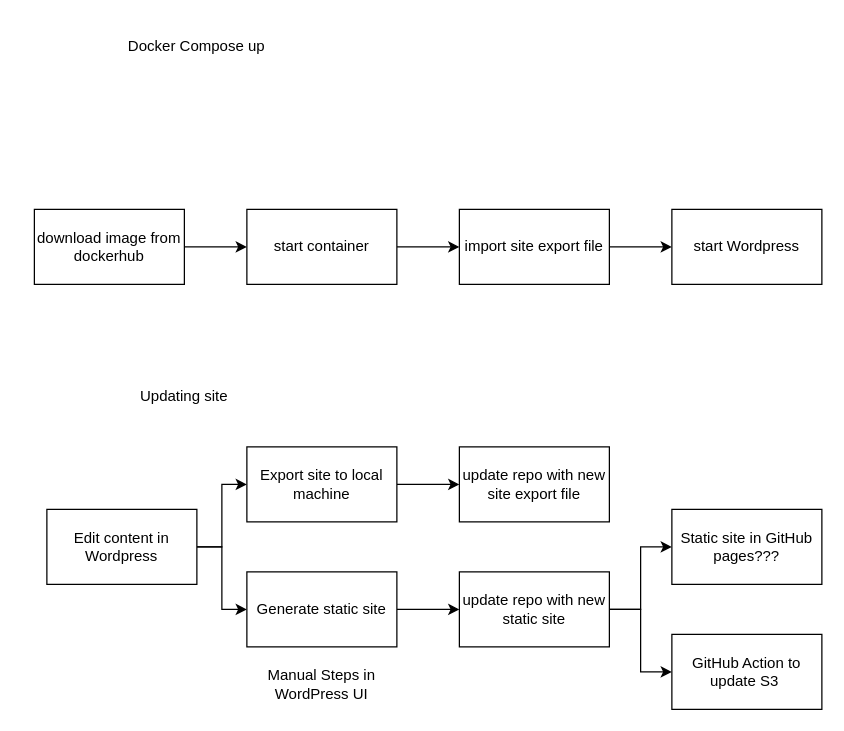
Earlier version of the draw.io diagram page "Page-2" (2 of 2) of docs/riskprofiler-cms.drawio (OpenDRR/riskprofiler). Source tidied: cells renumbered, new cells numbered last; positions are measured from the earlier drawing's top-left corner, leaving out a move shared by most shapes. Both pictures are drawn from the tidied source at 125%, with x=0, y=0 at pixel (21, 21).
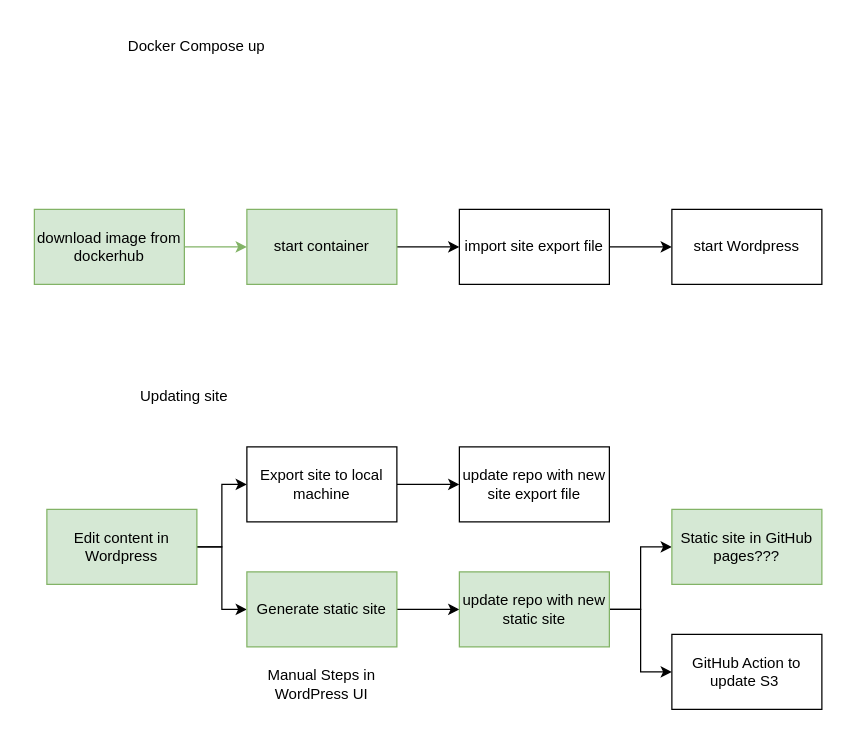
After the change.

Change to the diagram source:
```diff
@@
-    <mxCell id="3" style="edgeStyle=orthogonalEdgeStyle;rounded=0;jettySize=auto;html=1;exitX=1;exitY=0.5;exitDx=0;exitDy=0;entryX=0;entryY=0.5;entryDx=0;entryDy=0;" parent="1" edge="1" source="4" target="6">
+    <mxCell id="3" style="edgeStyle=orthogonalEdgeStyle;rounded=0;jettySize=auto;html=1;exitX=1;exitY=0.5;exitDx=0;exitDy=0;entryX=0;entryY=0.5;entryDx=0;entryDy=0;fillColor=#d5e8d4;strokeColor=#82b366;" parent="1" edge="1" source="4" target="6">
       <mxGeometry relative="1" as="geometry" />
     </mxCell>
-    <mxCell id="4" value="download image from dockerhub" style="rounded=0;whiteSpace=wrap;html=1;" parent="1" vertex="1">
+    <mxCell id="4" value="download image from dockerhub" style="rounded=0;whiteSpace=wrap;html=1;fillColor=#d5e8d4;strokeColor=#82b366;" parent="1" vertex="1">
       <mxGeometry x="10" y="150" width="120" height="60" as="geometry" />
     </mxCell>
@@
-    <mxCell id="6" value="start container" style="rounded=0;whiteSpace=wrap;html=1;" parent="1" vertex="1">
+    <mxCell id="6" value="start container" style="rounded=0;whiteSpace=wrap;html=1;fillColor=#d5e8d4;strokeColor=#82b366;" parent="1" vertex="1">
       <mxGeometry x="180" y="150" width="120" height="60" as="geometry" />
     </mxCell>
@@
-    <mxCell id="12" value="Edit content in Wordpress" style="rounded=0;whiteSpace=wrap;html=1;" parent="1" vertex="1">
+    <mxCell id="12" value="Edit content in Wordpress" style="rounded=0;whiteSpace=wrap;html=1;fillColor=#d5e8d4;strokeColor=#82b366;" parent="1" vertex="1">
       <mxGeometry x="20" y="390" width="120" height="60" as="geometry" />
     </mxCell>
@@
-    <mxCell id="19" value="Generate static site" style="rounded=0;whiteSpace=wrap;html=1;" parent="1" vertex="1">
+    <mxCell id="19" value="Generate static site" style="rounded=0;whiteSpace=wrap;html=1;fillColor=#d5e8d4;strokeColor=#82b366;" parent="1" vertex="1">
       <mxGeometry x="180" y="440" width="120" height="60" as="geometry" />
     </mxCell>
@@
-    <mxCell id="22" value="update repo with new static site" style="rounded=0;whiteSpace=wrap;html=1;" parent="1" vertex="1">
+    <mxCell id="22" value="update repo with new static site" style="rounded=0;whiteSpace=wrap;html=1;fillColor=#d5e8d4;strokeColor=#82b366;" parent="1" vertex="1">
       <mxGeometry x="350" y="440" width="120" height="60" as="geometry" />
     </mxCell>
-    <mxCell id="23" value="Static site in GitHub pages???" style="rounded=0;whiteSpace=wrap;html=1;" parent="1" vertex="1">
+    <mxCell id="23" value="Static site in GitHub pages???" style="rounded=0;whiteSpace=wrap;html=1;fillColor=#d5e8d4;strokeColor=#82b366;" parent="1" vertex="1">
       <mxGeometry x="520" y="390" width="120" height="60" as="geometry" />
     </mxCell>
```
